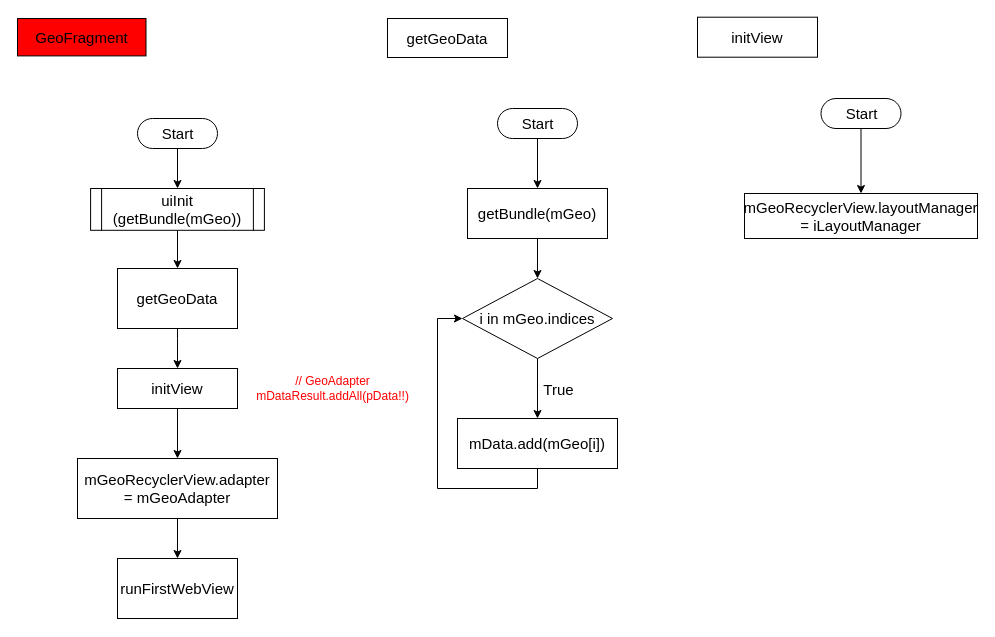
This is page "GeoFragment" (23 of 28) of 一般流程.drawio from ccckyc/draw, a draw.io file, before an edit. Source tidied: cells renumbered, new cells numbered last; positions are measured from the earlier drawing's top-left corner, leaving out a move shared by most shapes. Both pictures are drawn from the tidied source at 100%, with x=0, y=0 at pixel (17, 17).
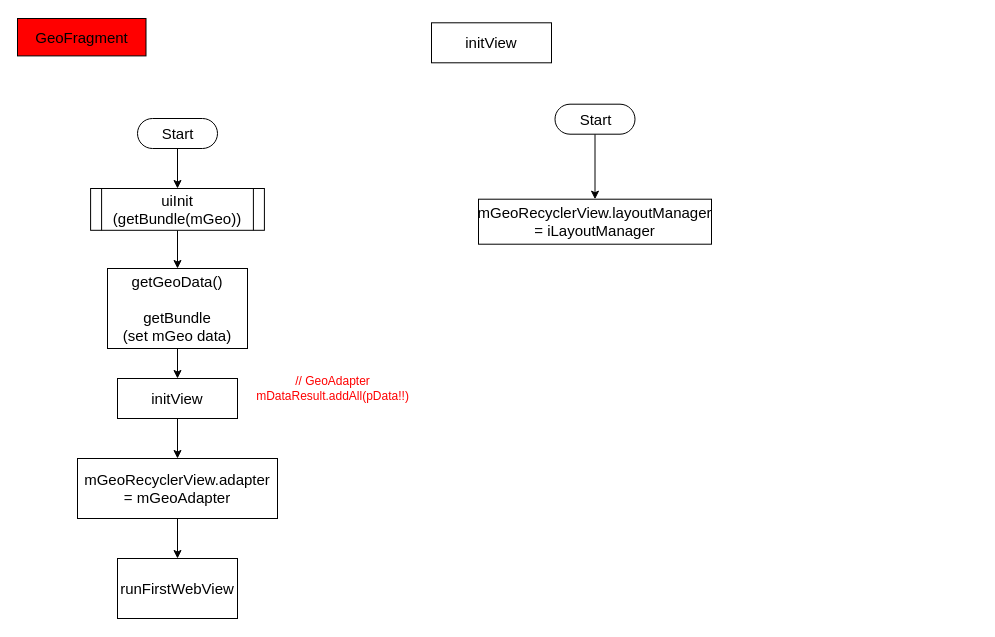
Above is the later version.

The edit, as a diff of the source:
```diff
@@
     <mxCell id="8" value="initView" style="whiteSpace=wrap;html=1;fontColor=#000000;strokeColor=#000000;fillColor=#FFFFFF;fontSize=15;fontFamily=Helvetica;fontStyle=0;" parent="1" vertex="1">
-      <mxGeometry x="100" y="351" width="120" height="40" as="geometry" />
+      <mxGeometry x="100" y="361" width="120" height="40" as="geometry" />
     </mxCell>
@@
-    <mxCell id="14" value="getGeoData" style="whiteSpace=wrap;html=1;fontSize=15;fillColor=#FFFFFF;fontColor=#000000;labelBackgroundColor=none;labelBorderColor=none;strokeWidth=1;gradientColor=none;fontStyle=0;" parent="1" vertex="1">
-      <mxGeometry x="100" y="251" width="120" height="60" as="geometry" />
+    <mxCell id="14" value="getGeoData()&lt;br&gt;&lt;br&gt;getBundle&lt;br&gt;(set mGeo data)" style="whiteSpace=wrap;html=1;fontSize=15;fillColor=#FFFFFF;fontColor=#000000;labelBackgroundColor=none;labelBorderColor=none;strokeWidth=1;gradientColor=none;fontStyle=0;" parent="1" vertex="1">
+      <mxGeometry x="90" y="251" width="140" height="80" as="geometry" />
     </mxCell>
-    <mxCell id="15" value="getGeoData" style="whiteSpace=wrap;html=1;fontSize=15;fillColor=#FFFFFF;fontColor=#000000;labelBackgroundColor=none;labelBorderColor=none;strokeWidth=1;gradientColor=none;fontStyle=0;" parent="1" vertex="1">
-      <mxGeometry x="370" y="1" width="120" height="39" as="geometry" />
-    </mxCell>
-    <mxCell id="16" style="edgeStyle=orthogonalEdgeStyle;rounded=0;jettySize=auto;html=1;labelBackgroundColor=#FFFFFF;labelBorderColor=none;fontFamily=Helvetica;fontSize=15;fontColor=#FF0000;strokeColor=#000000;strokeWidth=1;fontStyle=0;" parent="1" edge="1" source="17" target="19">
-      <mxGeometry relative="1" as="geometry" />
-    </mxCell>
-    <mxCell id="17" value="Start" style="html=1;dashed=0;whitespace=wrap;shape=mxgraph.dfd.start;fontStyle=0;fontSize=15;fontFamily=Helvetica;" parent="1" vertex="1">
-      <mxGeometry x="480" y="91" width="80" height="30" as="geometry" />
-    </mxCell>
-    <mxCell id="18" style="edgeStyle=orthogonalEdgeStyle;rounded=0;jettySize=auto;html=1;fontFamily=Helvetica;fontSize=15;fontColor=#000000;" parent="1" edge="1" source="19" target="22">
-      <mxGeometry relative="1" as="geometry" />
-    </mxCell>
-    <mxCell id="19" value="getBundle(mGeo)" style="whiteSpace=wrap;html=1;fontFamily=Helvetica;fontSize=15;fontColor=#000000;" parent="1" vertex="1">
-      <mxGeometry x="450" y="171" width="140" height="50" as="geometry" />
-    </mxCell>
-    <mxCell id="20" style="edgeStyle=orthogonalEdgeStyle;rounded=0;jettySize=auto;html=1;fontFamily=Helvetica;fontSize=15;fontColor=#000000;" parent="1" edge="1" source="22" target="24">
-      <mxGeometry relative="1" as="geometry" />
-    </mxCell>
-    <mxCell id="21" value="True" style="edgeLabel;html=1;align=center;verticalAlign=middle;fontSize=15;fontFamily=Helvetica;fontColor=#000000;" parent="20" vertex="1">
-      <mxGeometry x="-0.35" relative="1" as="geometry">
-        <mxPoint x="20" y="10" as="offset" />
-      </mxGeometry>
-    </mxCell>
-    <mxCell id="22" value="i in mGeo.indices" style="rhombus;whiteSpace=wrap;html=1;fontSize=15;fontColor=#000000;" parent="1" vertex="1">
-      <mxGeometry x="445" y="261" width="150" height="80" as="geometry" />
-    </mxCell>
-    <mxCell id="23" style="edgeStyle=orthogonalEdgeStyle;rounded=0;jettySize=auto;html=1;entryX=0;entryY=0.5;entryDx=0;entryDy=0;fontFamily=Helvetica;fontSize=15;fontColor=#000000;" parent="1" edge="1" source="24" target="22">
-      <mxGeometry relative="1" as="geometry">
-        <Array as="points">
-          <mxPoint x="520" y="471" />
-          <mxPoint x="420" y="471" />
-          <mxPoint x="420" y="301" />
-        </Array>
-      </mxGeometry>
-    </mxCell>
-    <mxCell id="24" value="mData.add(mGeo[i])" style="whiteSpace=wrap;html=1;fontSize=15;fontColor=#000000;" parent="1" vertex="1">
-      <mxGeometry x="440" y="401" width="160" height="50" as="geometry" />
-    </mxCell>
     <mxCell id="25" value="initView" style="whiteSpace=wrap;html=1;fontColor=#000000;strokeColor=#000000;fillColor=#FFFFFF;fontSize=15;fontFamily=Helvetica;fontStyle=0;" parent="1" vertex="1">
-      <mxGeometry x="680" y="-0.3" width="120" height="40" as="geometry" />
+      <mxGeometry x="414" y="5.3" width="120" height="40" as="geometry" />
     </mxCell>
@@
     <mxCell id="27" value="Start" style="html=1;dashed=0;whitespace=wrap;shape=mxgraph.dfd.start;fontStyle=0;fontSize=15;fontFamily=Helvetica;" parent="1" vertex="1">
-      <mxGeometry x="803.5" y="81" width="80" height="30" as="geometry" />
+      <mxGeometry x="537.5" y="86.7" width="80" height="30" as="geometry" />
     </mxCell>
     <mxCell id="28" value="mGeoRecyclerView.layoutManager = iLayoutManager" style="whiteSpace=wrap;html=1;fontSize=15;dashed=0;fontStyle=0;" parent="1" vertex="1">
-      <mxGeometry x="727" y="176" width="233" height="45" as="geometry" />
+      <mxGeometry x="461" y="181.7" width="233" height="45" as="geometry" />
     </mxCell>
```
